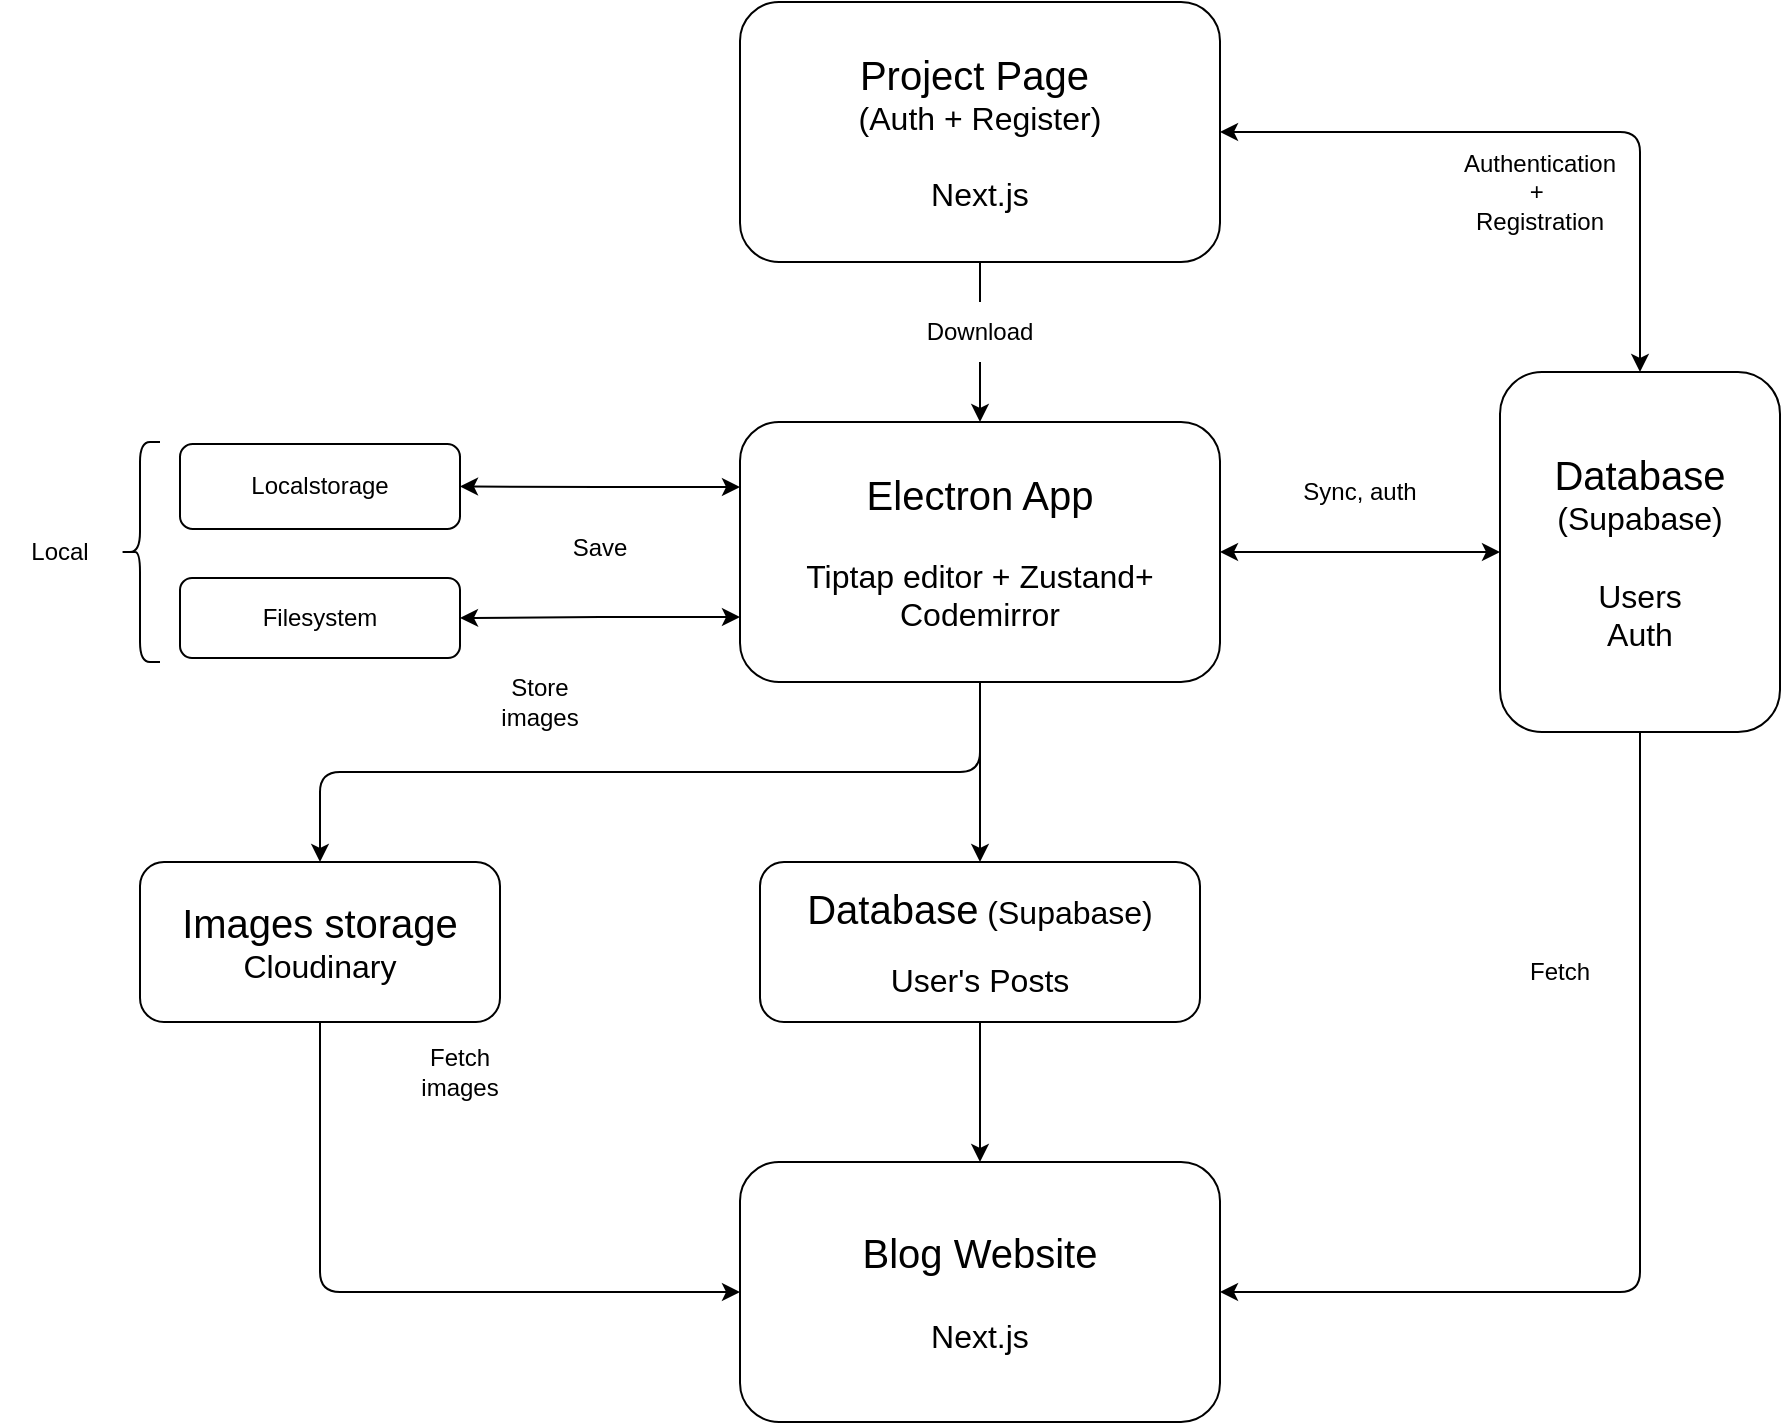
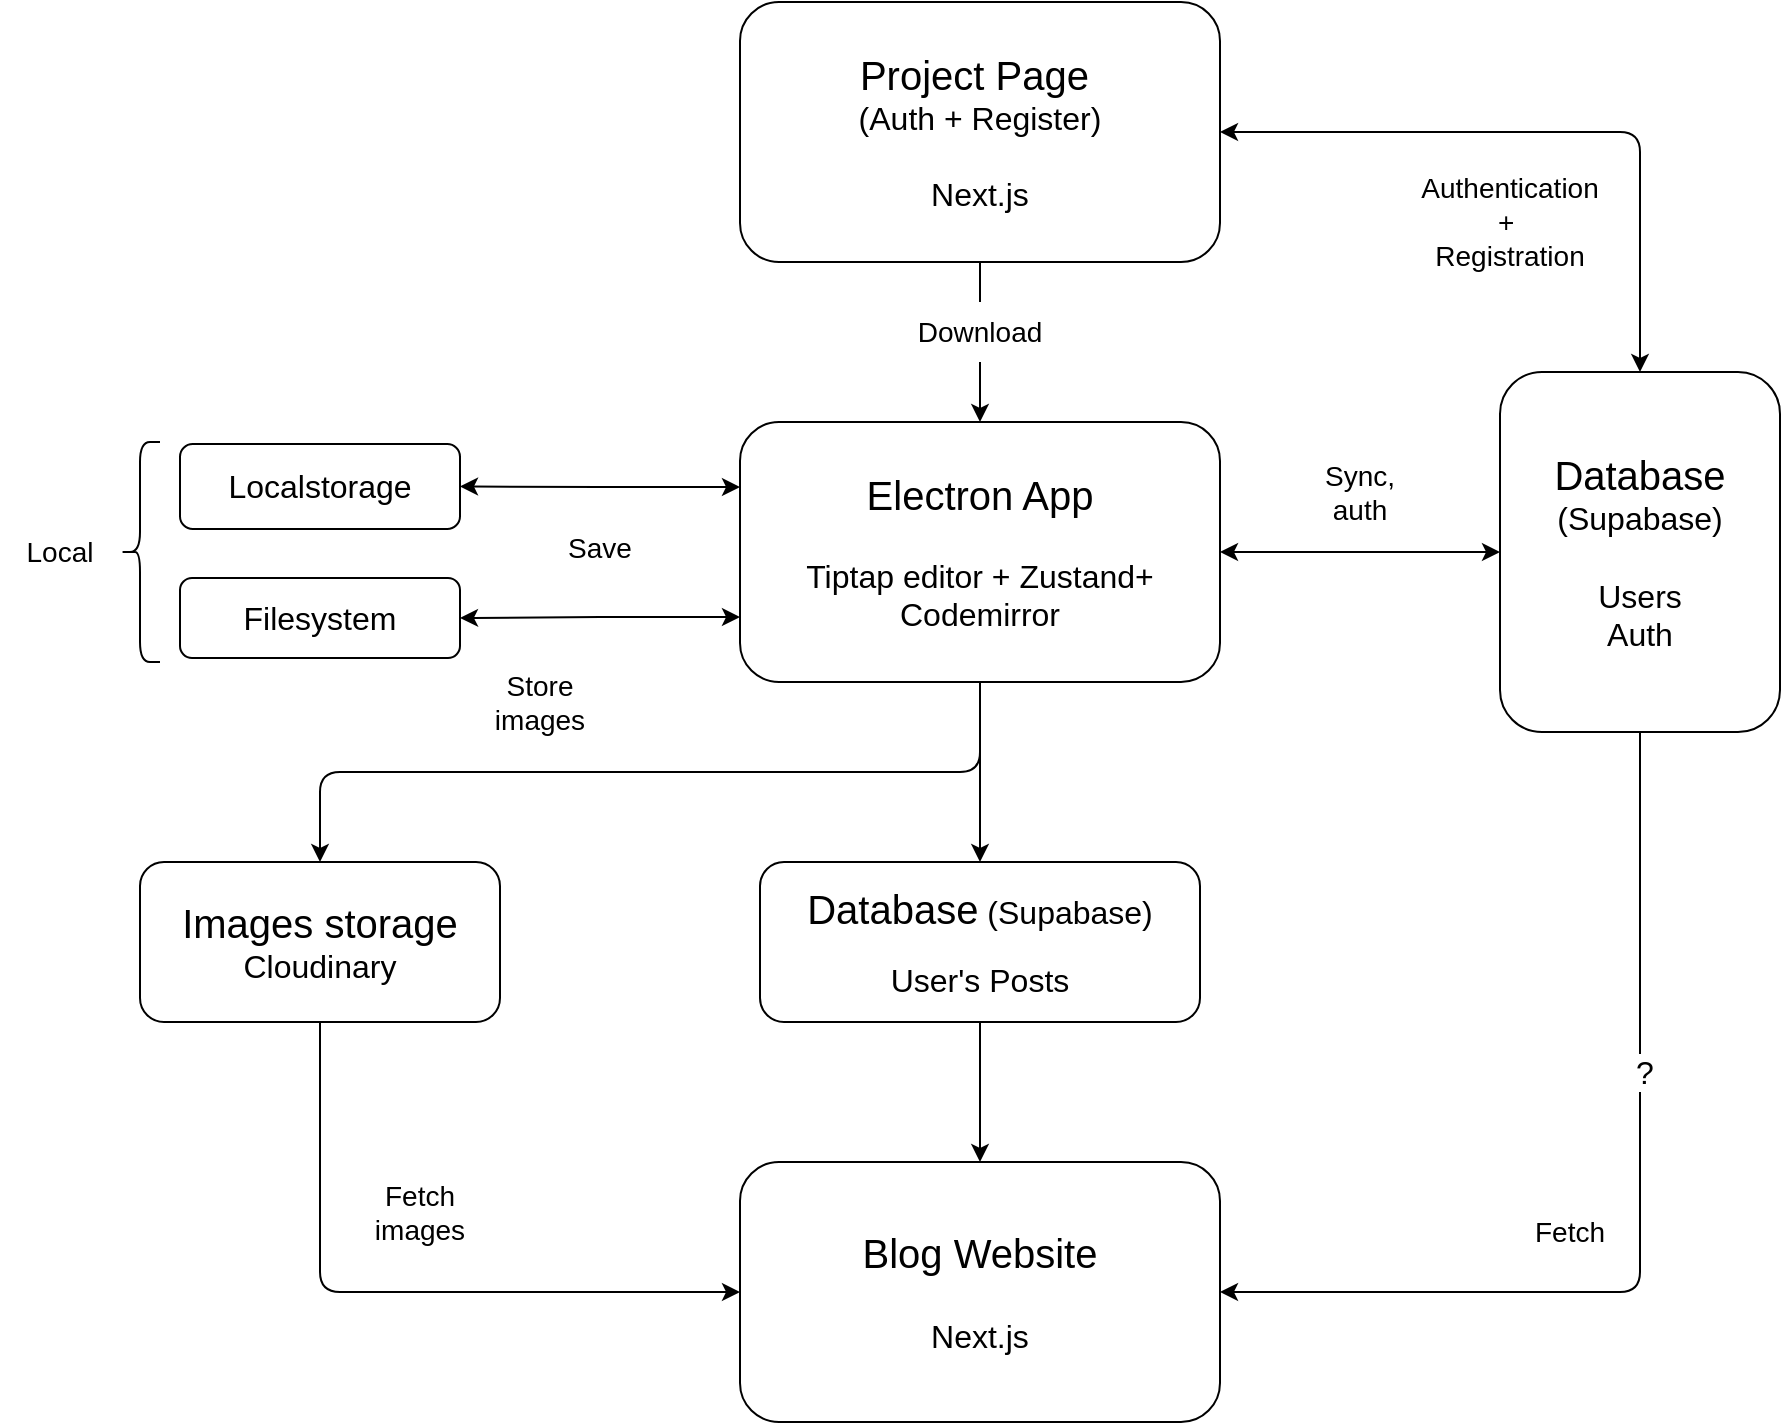
<mxfile host="app.diagrams.net">
  <diagram name="Página-1" id="Ov4H8QZxHRL6zFBvUA3Z">
-     <mxGraphModel dx="1373" dy="598" grid="1" gridSize="10" guides="1" tooltips="1" connect="1" arrows="1" fold="1" page="1" pageScale="1" pageWidth="2339" pageHeight="3300" math="0" shadow="0">
+     <mxGraphModel dx="1074" dy="598" grid="1" gridSize="10" guides="1" tooltips="1" connect="1" arrows="1" fold="1" page="1" pageScale="1" pageWidth="2339" pageHeight="3300" math="0" shadow="0">
      <root>
        <mxCell id="0" />
        <mxCell id="1" parent="0" />
        <mxCell id="NtwE37go12smj8WTYjW8-29" edge="1" parent="1" source="KEHBypfiPnHfp0EBQFIf-1" style="edgeStyle=orthogonalEdgeStyle;rounded=1;orthogonalLoop=1;jettySize=auto;html=1;exitX=0.5;exitY=1;exitDx=0;exitDy=0;entryX=0.5;entryY=0;entryDx=0;entryDy=0;curved=0;" target="NtwE37go12smj8WTYjW8-28">
          <mxGeometry relative="1" as="geometry" />
        </mxCell>
        <mxCell id="NtwE37go12smj8WTYjW8-33" edge="1" parent="1" source="KEHBypfiPnHfp0EBQFIf-1" style="edgeStyle=orthogonalEdgeStyle;rounded=0;orthogonalLoop=1;jettySize=auto;html=1;exitX=1;exitY=0.5;exitDx=0;exitDy=0;entryX=0;entryY=0.5;entryDx=0;entryDy=0;startArrow=classic;startFill=1;" target="KEHBypfiPnHfp0EBQFIf-5">
          <mxGeometry relative="1" as="geometry" />
        </mxCell>
        <mxCell id="NtwE37go12smj8WTYjW8-40" edge="1" parent="1" source="KEHBypfiPnHfp0EBQFIf-1" style="edgeStyle=orthogonalEdgeStyle;rounded=0;orthogonalLoop=1;jettySize=auto;html=1;exitX=0;exitY=0.25;exitDx=0;exitDy=0;entryX=1;entryY=0.5;entryDx=0;entryDy=0;startArrow=classic;startFill=1;" target="KEHBypfiPnHfp0EBQFIf-3">
          <mxGeometry relative="1" as="geometry" />
        </mxCell>
        <mxCell id="NtwE37go12smj8WTYjW8-41" edge="1" parent="1" source="KEHBypfiPnHfp0EBQFIf-1" style="edgeStyle=orthogonalEdgeStyle;rounded=0;orthogonalLoop=1;jettySize=auto;html=1;exitX=0;exitY=0.75;exitDx=0;exitDy=0;entryX=1;entryY=0.5;entryDx=0;entryDy=0;startArrow=classic;startFill=1;" target="KEHBypfiPnHfp0EBQFIf-7">
          <mxGeometry relative="1" as="geometry" />
        </mxCell>
        <mxCell id="6twvnHkaNJoNjpq674TJ-2" edge="1" parent="1" source="KEHBypfiPnHfp0EBQFIf-1" style="edgeStyle=orthogonalEdgeStyle;rounded=0;orthogonalLoop=1;jettySize=auto;html=1;exitX=0.5;exitY=1;exitDx=0;exitDy=0;entryX=0.5;entryY=0;entryDx=0;entryDy=0;" target="6twvnHkaNJoNjpq674TJ-1">
          <mxGeometry relative="1" as="geometry" />
        </mxCell>
        <mxCell id="KEHBypfiPnHfp0EBQFIf-1" parent="1" style="rounded=1;whiteSpace=wrap;html=1;" value="&lt;font style=&quot;font-size: 20px;&quot;&gt;Electron App&lt;/font&gt;&lt;div&gt;&lt;font style=&quot;font-size: 16px;&quot;&gt;&lt;br&gt;&lt;/font&gt;&lt;/div&gt;&lt;div&gt;&lt;font style=&quot;font-size: 16px;&quot;&gt;Tiptap editor + Zustand+ Codemirror&lt;/font&gt;&lt;/div&gt;" vertex="1">
          <mxGeometry height="130" width="240" x="720" y="480" as="geometry" />
        </mxCell>
-         <mxCell id="KEHBypfiPnHfp0EBQFIf-3" parent="1" style="rounded=1;whiteSpace=wrap;html=1;" value="Localstorage" vertex="1">
+         <mxCell id="KEHBypfiPnHfp0EBQFIf-3" parent="1" style="rounded=1;whiteSpace=wrap;html=1;" value="&lt;font style=&quot;font-size: 16px;&quot;&gt;Localstorage&lt;/font&gt;" vertex="1">
          <mxGeometry height="42.5" width="140" x="440" y="491" as="geometry" />
        </mxCell>
        <mxCell id="KEHBypfiPnHfp0EBQFIf-5" parent="1" style="rounded=1;whiteSpace=wrap;html=1;" value="&lt;font style=&quot;font-size: 20px;&quot;&gt;Database&lt;/font&gt;&lt;font style=&quot;font-size: 16px;&quot;&gt; (Supabase)&lt;/font&gt;&lt;div&gt;&lt;font style=&quot;font-size: 16px;&quot;&gt;&lt;br&gt;&lt;/font&gt;&lt;/div&gt;&lt;div&gt;&lt;font style=&quot;font-size: 16px;&quot;&gt;Users&lt;/font&gt;&lt;/div&gt;&lt;div&gt;&lt;font style=&quot;font-size: 16px;&quot;&gt;Auth&lt;/font&gt;&lt;/div&gt;" vertex="1">
          <mxGeometry height="180" width="140" x="1100" y="455" as="geometry" />
        </mxCell>
-         <mxCell id="KEHBypfiPnHfp0EBQFIf-7" parent="1" style="rounded=1;whiteSpace=wrap;html=1;" value="Filesystem" vertex="1">
+         <mxCell id="KEHBypfiPnHfp0EBQFIf-7" parent="1" style="rounded=1;whiteSpace=wrap;html=1;" value="&lt;font style=&quot;font-size: 16px;&quot;&gt;Filesystem&lt;/font&gt;" vertex="1">
          <mxGeometry height="40" width="140" x="440" y="558" as="geometry" />
        </mxCell>
-         <mxCell id="KEHBypfiPnHfp0EBQFIf-8" parent="1" style="text;html=1;whiteSpace=wrap;strokeColor=none;fillColor=none;align=center;verticalAlign=middle;rounded=0;" value="Save" vertex="1">
+         <mxCell id="KEHBypfiPnHfp0EBQFIf-8" parent="1" style="text;html=1;whiteSpace=wrap;strokeColor=none;fillColor=none;align=center;verticalAlign=middle;rounded=0;" value="&lt;font style=&quot;font-size: 14px;&quot;&gt;Save&lt;/font&gt;" vertex="1">
          <mxGeometry height="30" width="60" x="620" y="528" as="geometry" />
        </mxCell>
-         <mxCell id="KEHBypfiPnHfp0EBQFIf-9" parent="1" style="text;html=1;whiteSpace=wrap;strokeColor=none;fillColor=none;align=center;verticalAlign=middle;rounded=0;" value="Local" vertex="1">
+         <mxCell id="KEHBypfiPnHfp0EBQFIf-9" parent="1" style="text;html=1;whiteSpace=wrap;strokeColor=none;fillColor=none;align=center;verticalAlign=middle;rounded=0;" value="&lt;font style=&quot;font-size: 14px;&quot;&gt;Local&lt;/font&gt;" vertex="1">
          <mxGeometry height="30" width="60" x="350" y="530" as="geometry" />
        </mxCell>
-         <mxCell id="KEHBypfiPnHfp0EBQFIf-10" parent="1" style="text;html=1;whiteSpace=wrap;strokeColor=none;fillColor=none;align=center;verticalAlign=middle;rounded=0;" value="Sync, auth" vertex="1">
+         <mxCell id="KEHBypfiPnHfp0EBQFIf-10" parent="1" style="text;html=1;whiteSpace=wrap;strokeColor=none;fillColor=none;align=center;verticalAlign=middle;rounded=0;" value="&lt;font style=&quot;font-size: 14px;&quot;&gt;Sync, auth&lt;/font&gt;" vertex="1">
          <mxGeometry height="30" width="60" x="1000" y="500" as="geometry" />
        </mxCell>
        <mxCell id="KEHBypfiPnHfp0EBQFIf-11" parent="1" style="shape=curlyBracket;whiteSpace=wrap;html=1;rounded=1;labelPosition=left;verticalLabelPosition=middle;align=right;verticalAlign=middle;" value="" vertex="1">
          <mxGeometry height="110" width="20" x="410" y="490" as="geometry" />
        </mxCell>
        <mxCell id="NtwE37go12smj8WTYjW8-31" edge="1" parent="1" source="NtwE37go12smj8WTYjW8-3" style="edgeStyle=orthogonalEdgeStyle;rounded=1;orthogonalLoop=1;jettySize=auto;html=1;exitX=1;exitY=0.5;exitDx=0;exitDy=0;entryX=0.5;entryY=1;entryDx=0;entryDy=0;startArrow=classic;startFill=1;endArrow=none;endFill=0;curved=0;" target="KEHBypfiPnHfp0EBQFIf-5">
          <mxGeometry relative="1" as="geometry" />
        </mxCell>
+         <mxCell id="6twvnHkaNJoNjpq674TJ-5" connectable="0" parent="NtwE37go12smj8WTYjW8-31" style="edgeLabel;html=1;align=center;verticalAlign=middle;resizable=0;points=[];" value="&lt;font style=&quot;font-size: 16px;&quot;&gt;?&lt;/font&gt;" vertex="1">
+           <mxGeometry relative="1" x="0.3031" y="-2" as="geometry">
+             <mxPoint y="-1" as="offset" />
+           </mxGeometry>
+         </mxCell>
        <mxCell id="NtwE37go12smj8WTYjW8-3" parent="1" style="rounded=1;whiteSpace=wrap;html=1;" value="&lt;font style=&quot;font-size: 20px;&quot;&gt;Blog Website&lt;/font&gt;&lt;div&gt;&lt;font style=&quot;font-size: 16px;&quot;&gt;&lt;br&gt;&lt;/font&gt;&lt;/div&gt;&lt;div&gt;&lt;font style=&quot;font-size: 16px;&quot;&gt;Next.js&lt;/font&gt;&lt;/div&gt;" vertex="1">
          <mxGeometry height="130" width="240" x="720" y="850" as="geometry" />
        </mxCell>
-         <mxCell id="NtwE37go12smj8WTYjW8-7" parent="1" style="text;html=1;whiteSpace=wrap;strokeColor=none;fillColor=none;align=center;verticalAlign=middle;rounded=0;" value="Fetch" vertex="1">
-           <mxGeometry height="30" width="60" x="1100" y="740" as="geometry" />
+         <mxCell id="NtwE37go12smj8WTYjW8-7" parent="1" style="text;html=1;whiteSpace=wrap;strokeColor=none;fillColor=none;align=center;verticalAlign=middle;rounded=0;" value="&lt;font style=&quot;font-size: 14px;&quot;&gt;Fetch&lt;/font&gt;" vertex="1">
+           <mxGeometry height="30" width="60" x="1105" y="870" as="geometry" />
        </mxCell>
        <mxCell id="NtwE37go12smj8WTYjW8-36" edge="1" parent="1" source="NtwE37go12smj8WTYjW8-8" style="edgeStyle=orthogonalEdgeStyle;rounded=0;orthogonalLoop=1;jettySize=auto;html=1;exitX=0.5;exitY=1;exitDx=0;exitDy=0;entryX=0.5;entryY=0;entryDx=0;entryDy=0;" target="KEHBypfiPnHfp0EBQFIf-1">
          <mxGeometry relative="1" as="geometry" />
        </mxCell>
        <mxCell id="NtwE37go12smj8WTYjW8-38" edge="1" parent="1" source="NtwE37go12smj8WTYjW8-8" style="edgeStyle=orthogonalEdgeStyle;rounded=1;orthogonalLoop=1;jettySize=auto;html=1;exitX=1;exitY=0.5;exitDx=0;exitDy=0;entryX=0.5;entryY=0;entryDx=0;entryDy=0;startArrow=classic;startFill=1;curved=0;" target="KEHBypfiPnHfp0EBQFIf-5">
          <mxGeometry relative="1" as="geometry" />
        </mxCell>
        <mxCell id="NtwE37go12smj8WTYjW8-8" parent="1" style="rounded=1;whiteSpace=wrap;html=1;" value="&lt;font style=&quot;font-size: 20px;&quot;&gt;Project Page&amp;nbsp;&lt;/font&gt;&lt;div&gt;&lt;font style=&quot;font-size: 16px;&quot;&gt;(Auth + Register)&lt;/font&gt;&lt;/div&gt;&lt;div&gt;&lt;font style=&quot;font-size: 16px;&quot;&gt;&lt;br&gt;&lt;/font&gt;&lt;/div&gt;&lt;div&gt;&lt;font style=&quot;font-size: 16px;&quot;&gt;Next.js&lt;/font&gt;&lt;/div&gt;" vertex="1">
          <mxGeometry height="130" width="240" x="720" y="270" as="geometry" />
        </mxCell>
-         <mxCell id="NtwE37go12smj8WTYjW8-22" parent="1" style="text;html=1;whiteSpace=wrap;strokeColor=none;fillColor=default;align=center;verticalAlign=middle;rounded=0;" value="Authentication +&amp;nbsp;&lt;div&gt;Registration&lt;/div&gt;" vertex="1">
-           <mxGeometry height="30" width="60" x="1090" y="350" as="geometry" />
+         <mxCell id="NtwE37go12smj8WTYjW8-22" parent="1" style="text;html=1;whiteSpace=wrap;strokeColor=none;fillColor=default;align=center;verticalAlign=middle;rounded=0;" value="&lt;font style=&quot;font-size: 14px;&quot;&gt;Authentication +&amp;nbsp;&lt;/font&gt;&lt;div&gt;&lt;font style=&quot;font-size: 14px;&quot;&gt;Registration&lt;/font&gt;&lt;/div&gt;" vertex="1">
+           <mxGeometry height="40" width="90" x="1060" y="360" as="geometry" />
        </mxCell>
        <mxCell id="NtwE37go12smj8WTYjW8-30" edge="1" parent="1" source="NtwE37go12smj8WTYjW8-28" style="edgeStyle=orthogonalEdgeStyle;rounded=1;orthogonalLoop=1;jettySize=auto;html=1;exitX=0.5;exitY=1;exitDx=0;exitDy=0;entryX=0;entryY=0.5;entryDx=0;entryDy=0;curved=0;" target="NtwE37go12smj8WTYjW8-3">
          <mxGeometry relative="1" as="geometry" />
        </mxCell>
        <mxCell id="NtwE37go12smj8WTYjW8-28" parent="1" style="rounded=1;whiteSpace=wrap;html=1;" value="&lt;font style=&quot;font-size: 20px;&quot;&gt;Images storage&lt;/font&gt;&lt;div&gt;&lt;font style=&quot;font-size: 16px;&quot;&gt;Cloudinary&lt;/font&gt;&lt;/div&gt;" vertex="1">
          <mxGeometry height="80" width="180" x="420" y="700" as="geometry" />
        </mxCell>
-         <mxCell id="NtwE37go12smj8WTYjW8-37" parent="1" style="text;html=1;whiteSpace=wrap;align=center;verticalAlign=middle;rounded=0;fillColor=default;" value="Download" vertex="1">
+         <mxCell id="NtwE37go12smj8WTYjW8-37" parent="1" style="text;html=1;whiteSpace=wrap;align=center;verticalAlign=middle;rounded=0;fillColor=default;" value="&lt;font style=&quot;font-size: 14px;&quot;&gt;Download&lt;/font&gt;" vertex="1">
          <mxGeometry height="30" width="60" x="810" y="420" as="geometry" />
        </mxCell>
-         <mxCell id="NtwE37go12smj8WTYjW8-43" parent="1" style="text;html=1;whiteSpace=wrap;strokeColor=none;fillColor=none;align=center;verticalAlign=middle;rounded=0;" value="Store images" vertex="1">
+         <mxCell id="NtwE37go12smj8WTYjW8-43" parent="1" style="text;html=1;whiteSpace=wrap;strokeColor=none;fillColor=none;align=center;verticalAlign=middle;rounded=0;" value="&lt;font style=&quot;font-size: 14px;&quot;&gt;Store images&lt;/font&gt;" vertex="1">
          <mxGeometry height="30" width="60" x="590" y="605" as="geometry" />
        </mxCell>
-         <mxCell id="NtwE37go12smj8WTYjW8-44" parent="1" style="text;html=1;whiteSpace=wrap;strokeColor=none;fillColor=none;align=center;verticalAlign=middle;rounded=0;" value="Fetch images" vertex="1">
-           <mxGeometry height="30" width="60" x="550" y="790" as="geometry" />
+         <mxCell id="NtwE37go12smj8WTYjW8-44" parent="1" style="text;html=1;whiteSpace=wrap;strokeColor=none;fillColor=none;align=center;verticalAlign=middle;rounded=0;" value="&lt;font style=&quot;font-size: 14px;&quot;&gt;Fetch images&lt;/font&gt;" vertex="1">
+           <mxGeometry height="30" width="60" x="530" y="860" as="geometry" />
        </mxCell>
        <mxCell id="6twvnHkaNJoNjpq674TJ-3" edge="1" parent="1" source="6twvnHkaNJoNjpq674TJ-1" style="edgeStyle=orthogonalEdgeStyle;rounded=0;orthogonalLoop=1;jettySize=auto;html=1;exitX=0.5;exitY=1;exitDx=0;exitDy=0;entryX=0.5;entryY=0;entryDx=0;entryDy=0;" target="NtwE37go12smj8WTYjW8-3">
          <mxGeometry relative="1" as="geometry" />
        </mxCell>
        <mxCell id="6twvnHkaNJoNjpq674TJ-1" parent="1" style="rounded=1;whiteSpace=wrap;html=1;" value="&lt;font style=&quot;font-size: 20px;&quot;&gt;Database&lt;/font&gt;&lt;font style=&quot;font-size: 16px;&quot;&gt; (Supabase)&lt;/font&gt;&lt;div&gt;&lt;br&gt;&lt;/div&gt;&lt;div&gt;&lt;font style=&quot;font-size: 16px;&quot;&gt;User&#39;s Posts&lt;/font&gt;&lt;/div&gt;" vertex="1">
          <mxGeometry height="80" width="220" x="730" y="700" as="geometry" />
        </mxCell>
      </root>
    </mxGraphModel>
  </diagram>
</mxfile>
